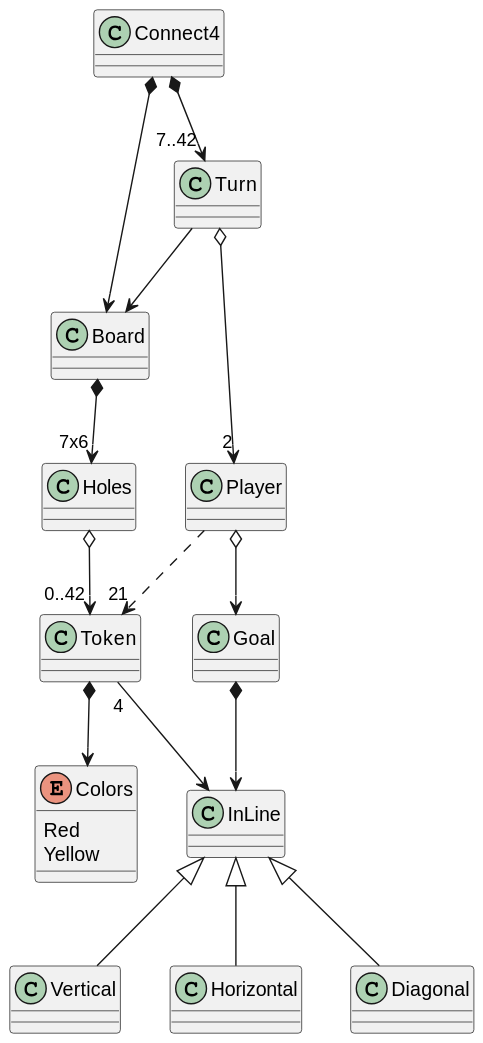
jumpering/connect4 keeps this PlantUML diagram as out/UML/domainModel/domainModel.svg. Above is the earlier version. The source it was exported from:
```plantuml
@startuml
class Connect4
class Board
class Token
class Turn
class Player
class Holes
class Goal
class InLine
enum Colors{
Red
Yellow
}

Connect4 *--> Board
Connect4 *--> "7..42" Turn
Player o--> Goal

Goal *--> InLine

Token "4" -->  InLine

InLine <|-- Vertical
InLine <|-- Horizontal
InLine <|-- Diagonal


Turn o--> "2" Player
Turn --> Board

Board *--> "7x6" Holes

Holes o--> "0..42" Token

Player ..> "21" Token

Token *--> Colors
@enduml
```
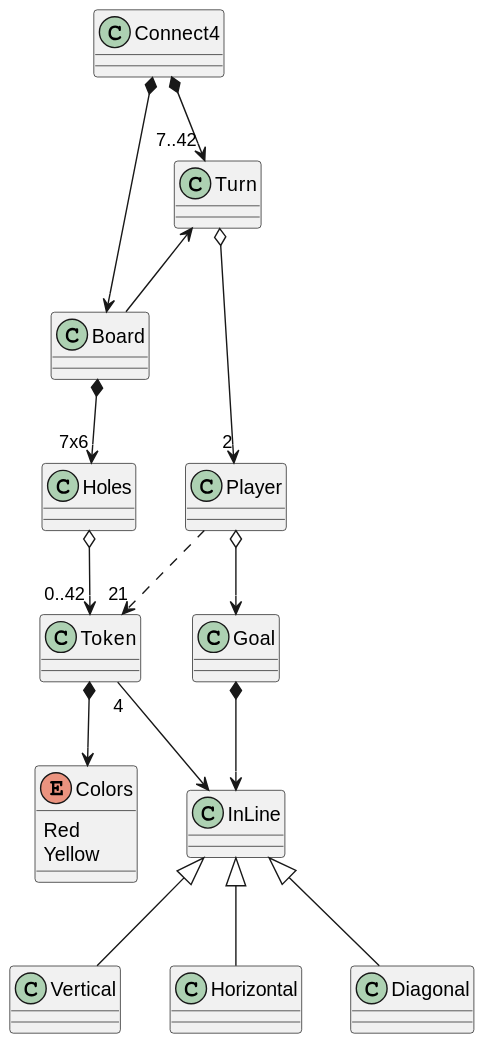
The same file after the commit.

The edit, as a diff of the source:
```diff
@@ -26,7 +26,7 @@
 
 
 Turn o--> "2" Player
-Turn --> Board
+Turn <-- Board
 
 Board *--> "7x6" Holes
 
```
